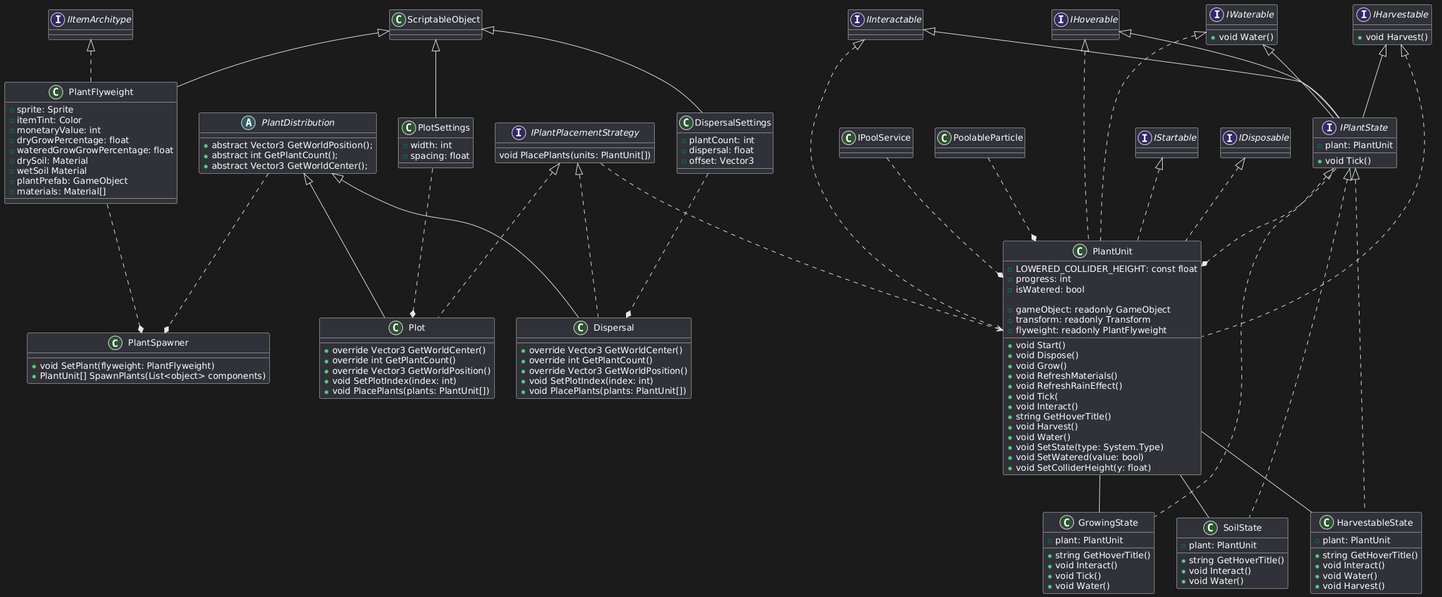
Before: UML/plant_img.png, a diagram exported from PlantUML (Dan-Mechanics/IntegratedGameplaySystem).
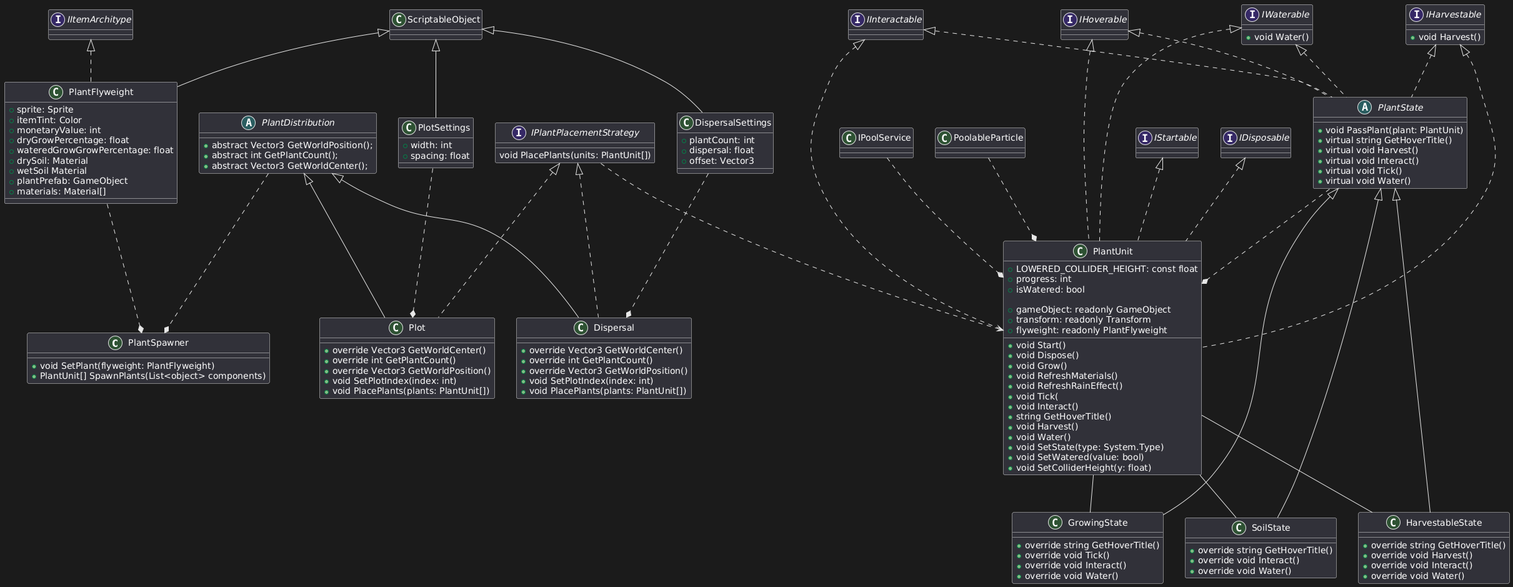
After the change.

The edit, as a diff of the source:
```diff
@@ -43,10 +43,15 @@
 
 }
 
-interface IPlantState implements IInteractable, IHoverable, IWaterable, IHarvestable
+abstract class PlantState implements IInteractable, IHoverable, IWaterable, IHarvestable
 {
-    + plant: PlantUnit
-    + void Tick()
+    + void PassPlant(plant: PlantUnit)
+    + virtual string GetHoverTitle()
+    + virtual void Harvest()
+    + virtual void Interact()
+    + virtual void Tick()
+    + virtual void Water()
+
 }
 
 interface IWaterable
@@ -79,30 +84,27 @@
     + offset: Vector3
 }
 
-class SoilState implements IPlantState
+class SoilState extends PlantState
 {
-    + plant: PlantUnit
-    + string GetHoverTitle()
-    + void Interact()
-    + void Water()
+    + override string GetHoverTitle()
+    + override void Interact()
+    + override void Water()
 }
 
-class HarvestableState implements IPlantState
+class HarvestableState extends PlantState
 {
-    + plant: PlantUnit
-    + string GetHoverTitle()
-    + void Interact()
-    + void Water()
-    + void Harvest()
+    + override string GetHoverTitle()
+    + override void Harvest()
+    + override void Interact()
+    + override void Water()
 }
 
-class GrowingState implements IPlantState
+class GrowingState extends PlantState
 {
-    + plant: PlantUnit
-    + string GetHoverTitle()
-    + void Interact()
-    + void Tick()
-    + void Water()
+    + override string GetHoverTitle()
+    + override void Tick()
+    + override void Interact()
+    + override void Water()
 }
 
 class PlantUnit implements IStartable, IInteractable, IHoverable, IDisposable, IHarvestable, IWaterable
@@ -137,7 +139,7 @@
 PlantUnit -- SoilState
 PlantUnit -- GrowingState
 PlantUnit -- HarvestableState
-IPlantState ..* PlantUnit
+PlantState ..* PlantUnit
 IPoolService ..* PlantUnit
 PoolableParticle ..* PlantUnit
 IPlantPlacementStrategy ..> PlantUnit
```
